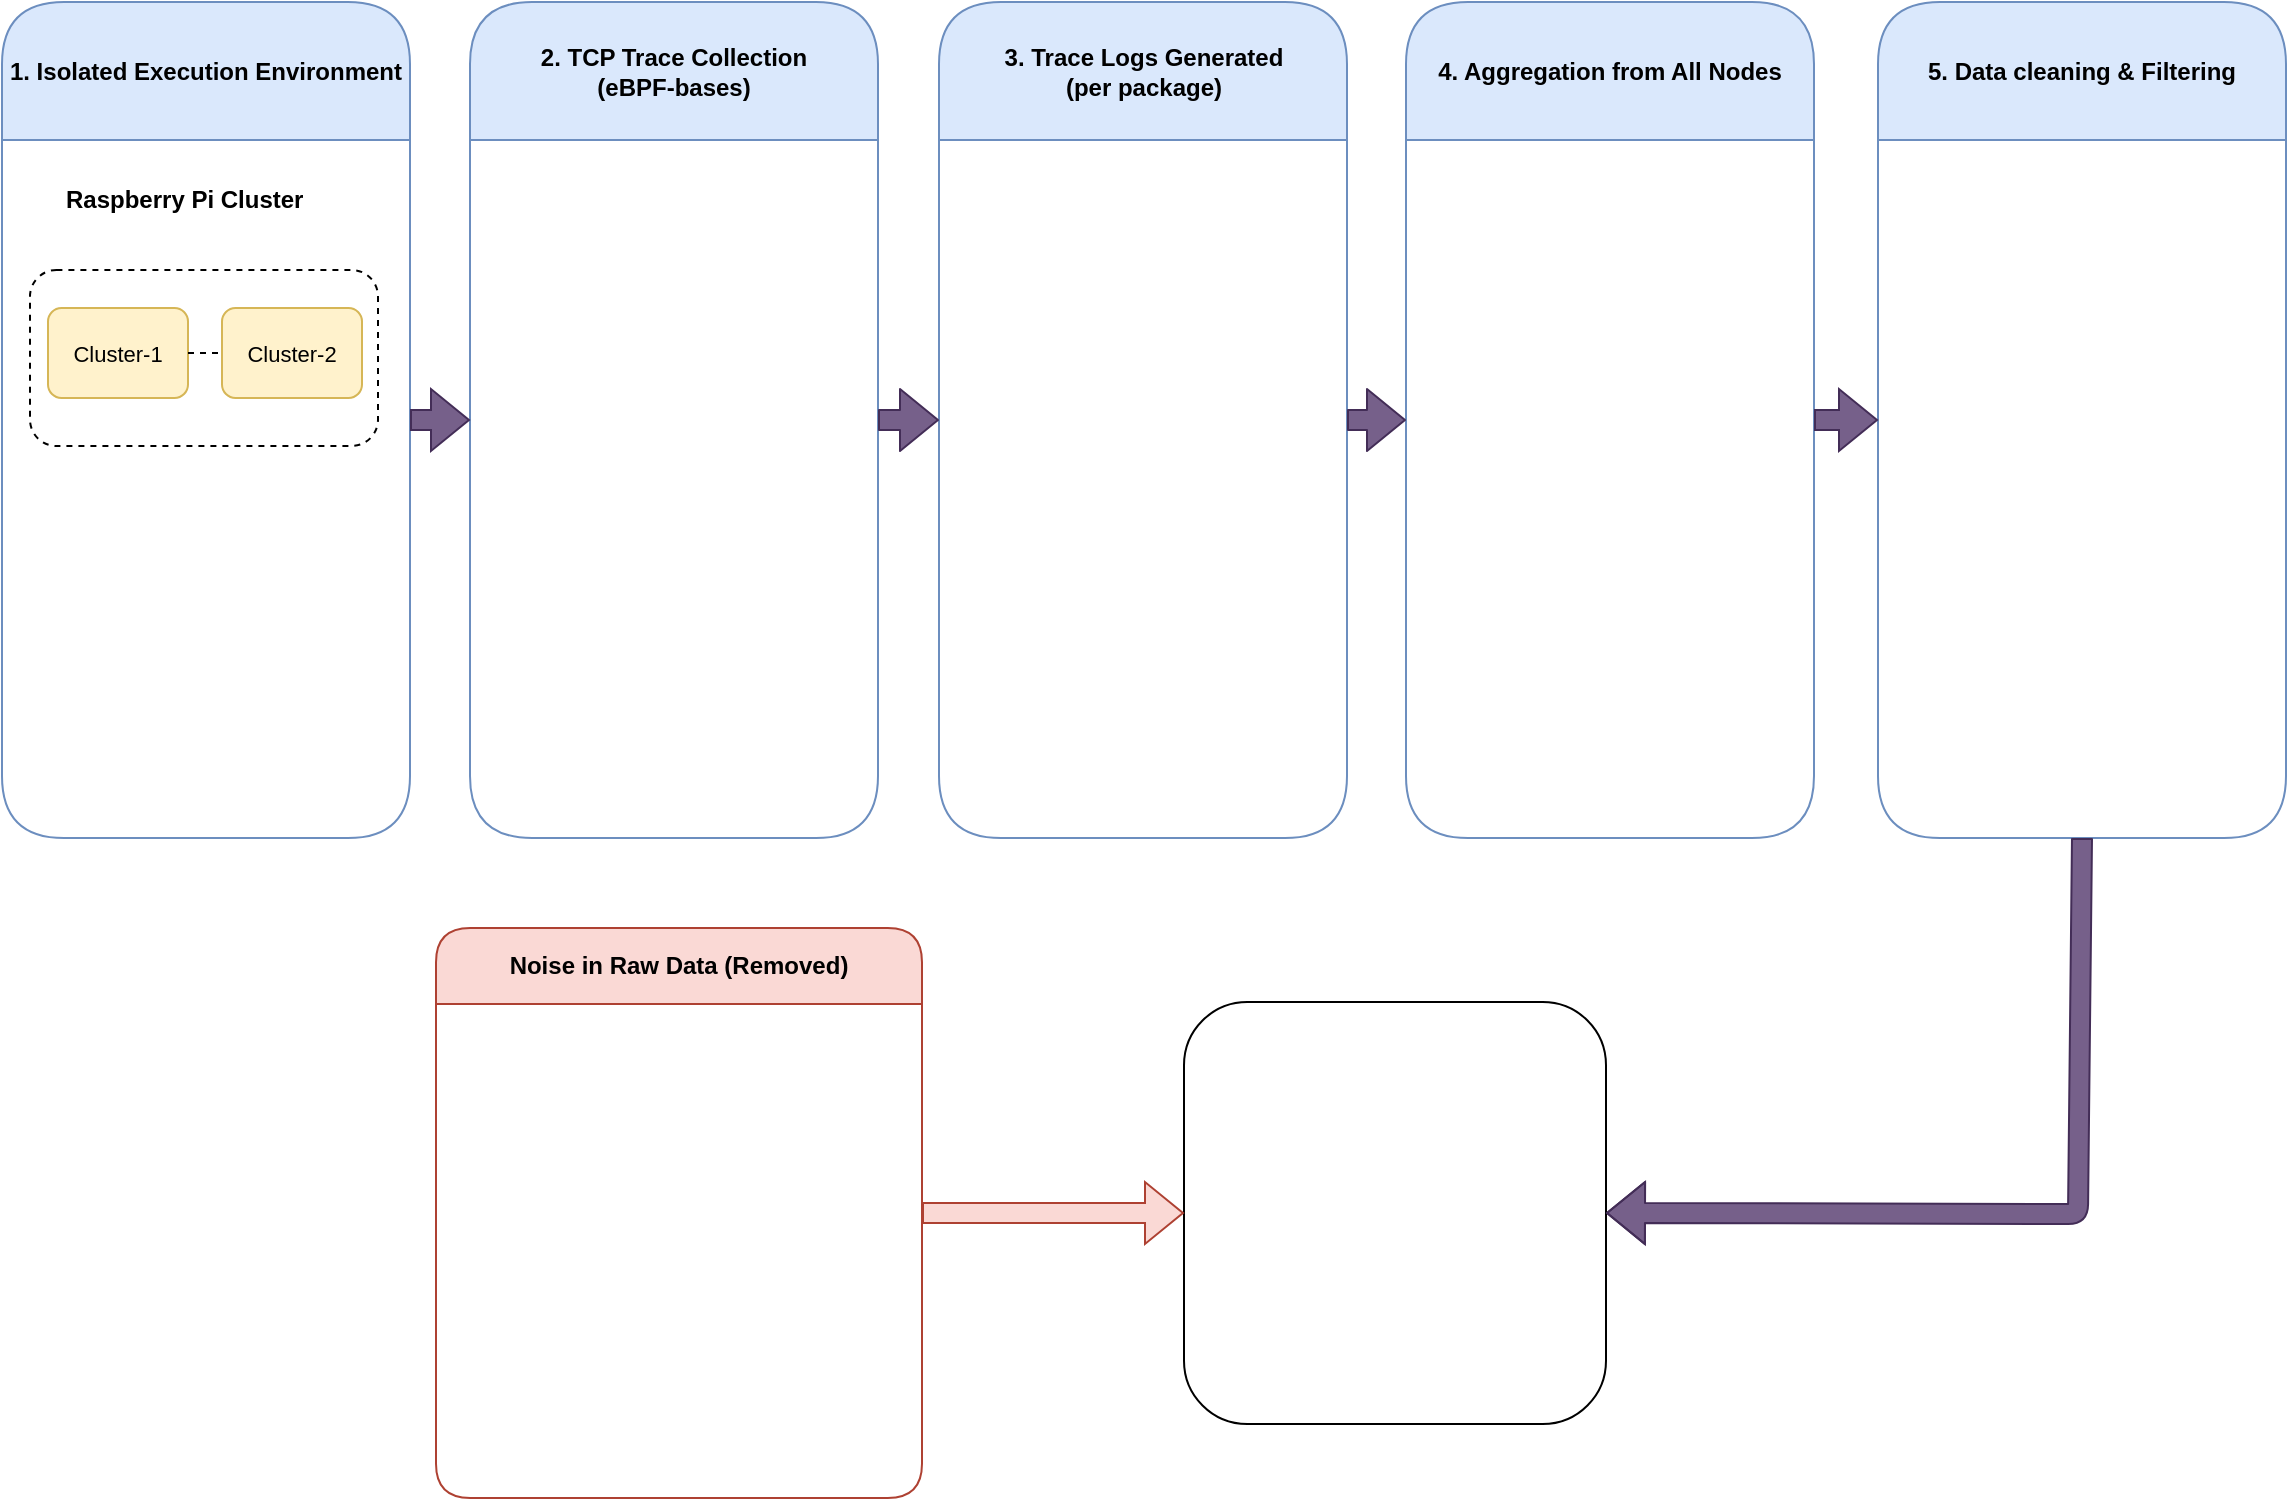
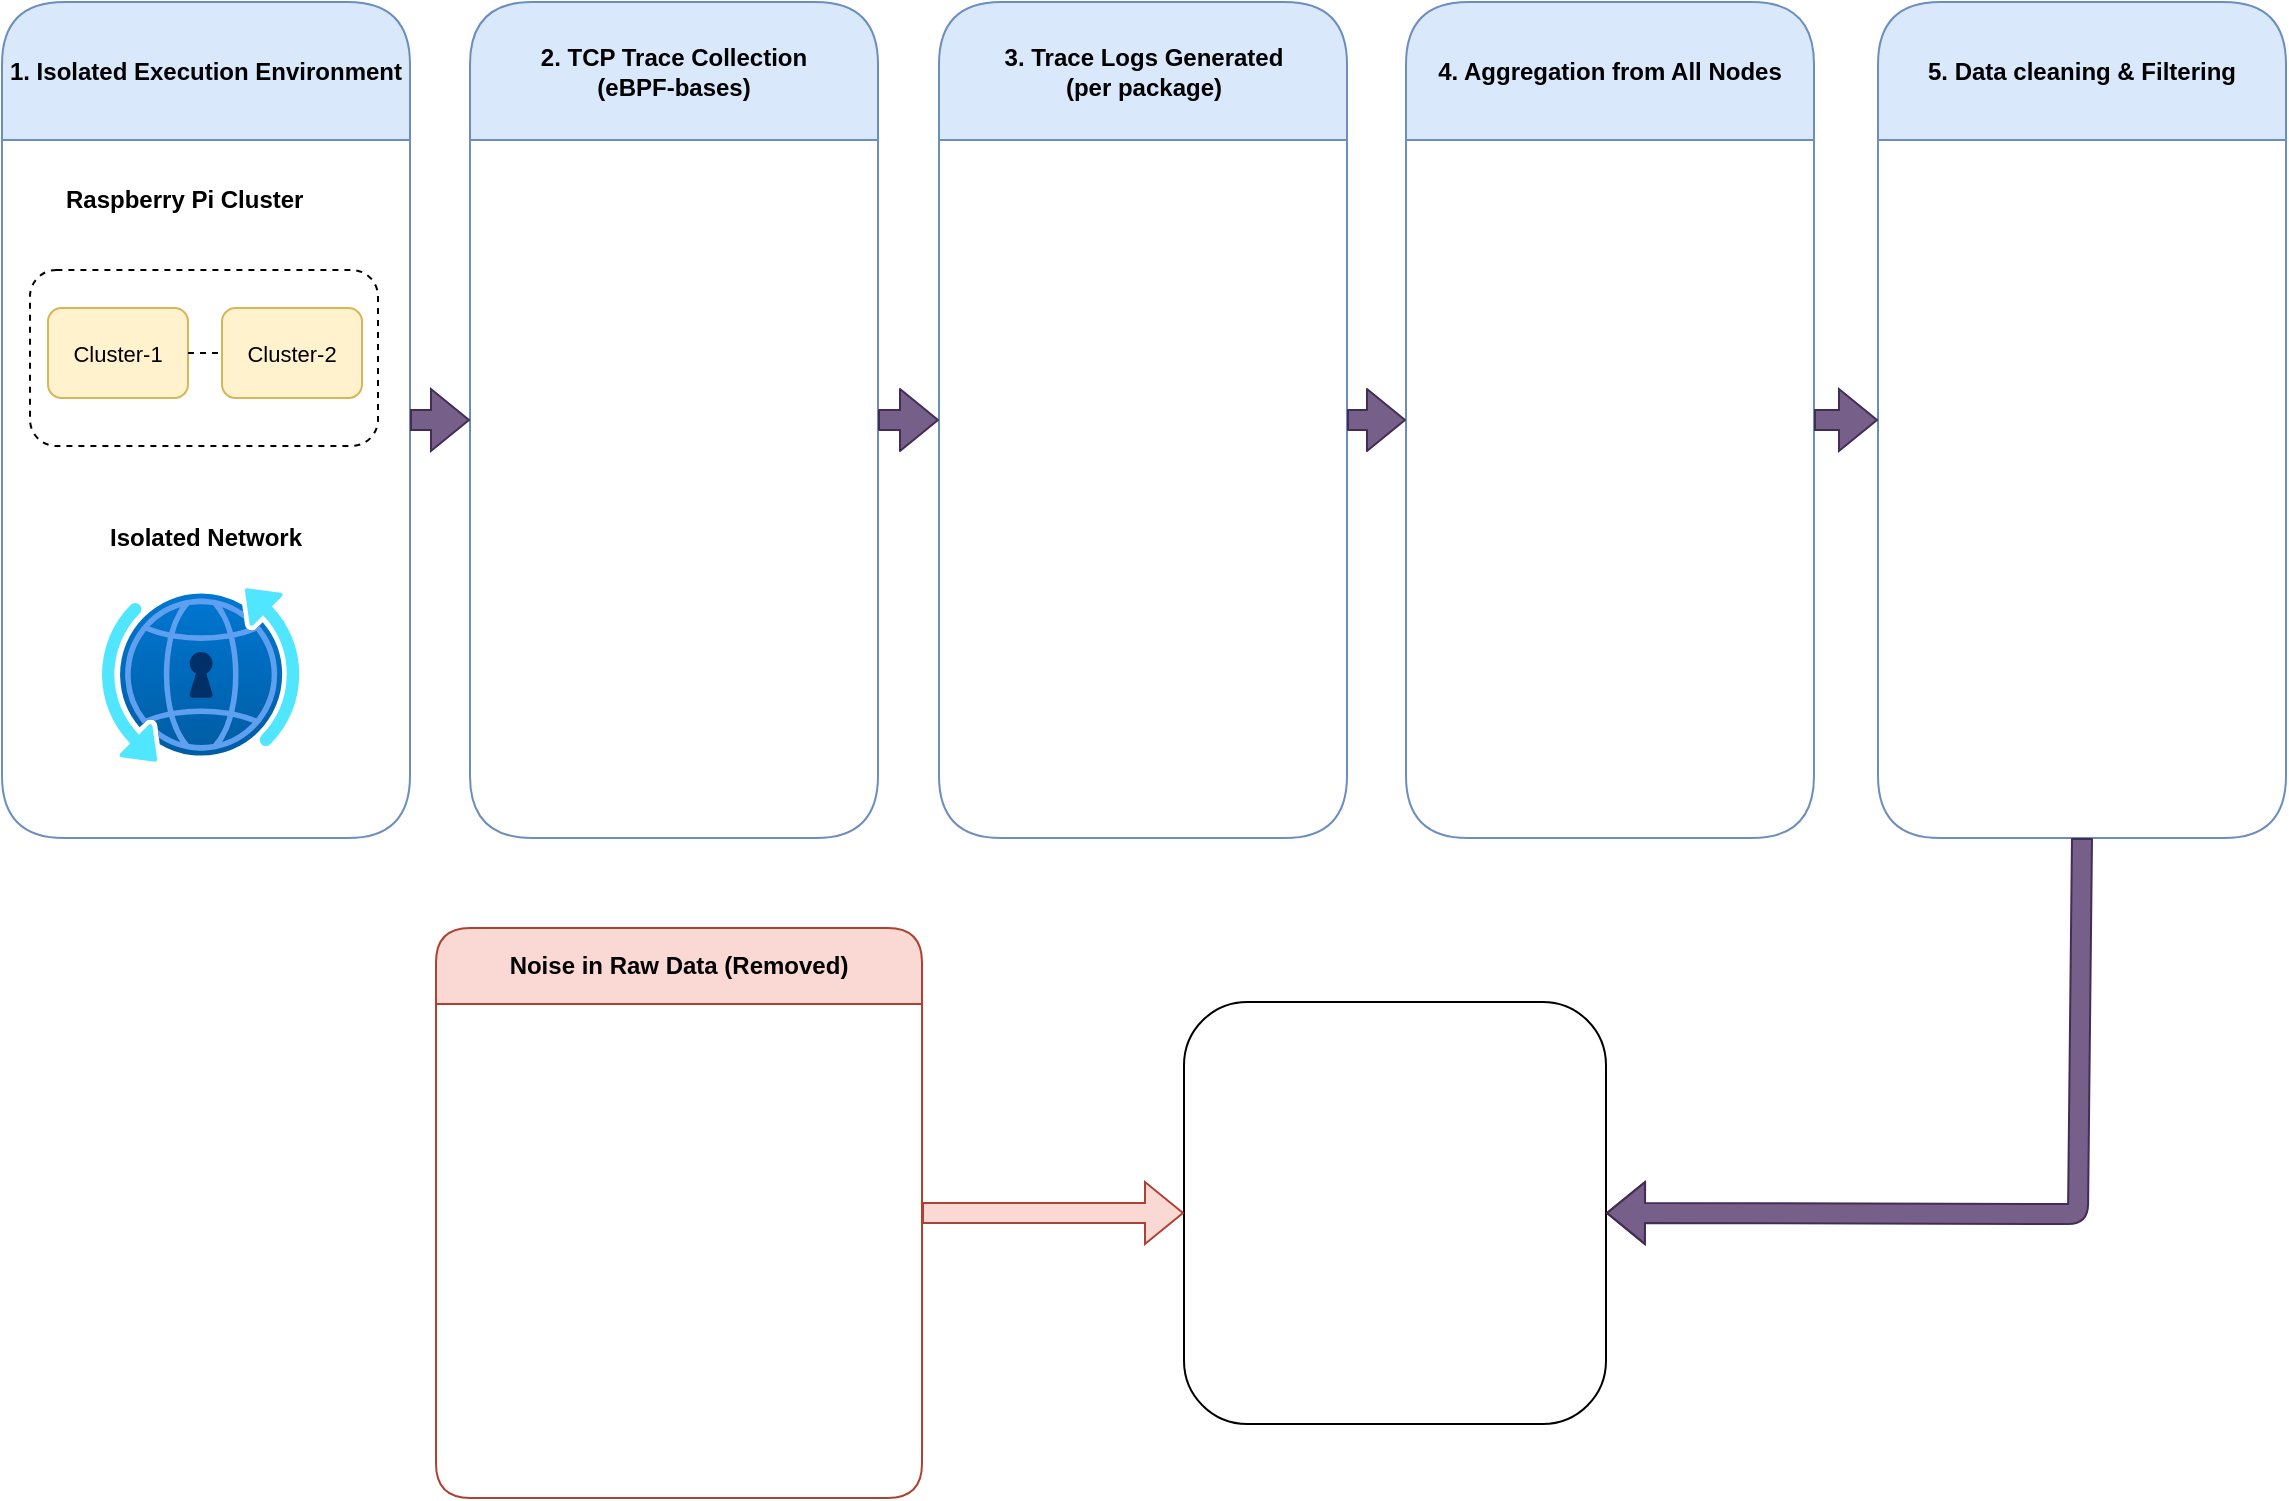
<mxfile host="app.diagrams.net">
  <diagram name="Page-1" id="8kyjSIY6fsYWo43MdOdE">
    <mxGraphModel dx="1406" dy="814" grid="0" gridSize="10" guides="1" tooltips="1" connect="1" arrows="1" fold="1" page="1" pageScale="1" pageWidth="1181" pageHeight="827" background="none" math="0" shadow="0">
      <root>
        <mxCell id="0" />
        <mxCell id="1" parent="0" />
        <mxCell id="yPxf8Ypyw46N0n0ri4En-1" parent="1" style="swimlane;whiteSpace=wrap;html=1;swimlaneFillColor=none;rounded=1;startSize=69;strokeColor=#6c8ebf;fillColor=#dae8fc;" value="1. Isolated Execution Environment" vertex="1">
          <mxGeometry height="418" width="204" x="20" y="29" as="geometry" />
        </mxCell>
        <mxCell id="9OX9V2n5WXdKuxMzRrJa-6" parent="yPxf8Ypyw46N0n0ri4En-1" style="text;strokeColor=none;fillColor=none;align=left;verticalAlign=middle;spacingLeft=4;spacingRight=4;overflow=hidden;points=[[0,0.5],[1,0.5]];portConstraint=eastwest;rotatable=0;whiteSpace=wrap;html=1;" value="&lt;b&gt;Raspberry Pi Cluster&lt;/b&gt;" vertex="1">
          <mxGeometry height="30" width="152" x="26" y="84" as="geometry" />
        </mxCell>
        <mxCell id="9OX9V2n5WXdKuxMzRrJa-7" parent="yPxf8Ypyw46N0n0ri4En-1" style="rounded=1;whiteSpace=wrap;html=1;dashed=1;" value="" vertex="1">
          <mxGeometry height="88" width="174" x="14" y="134" as="geometry" />
        </mxCell>
        <mxCell id="9OX9V2n5WXdKuxMzRrJa-8" parent="yPxf8Ypyw46N0n0ri4En-1" style="rounded=1;whiteSpace=wrap;html=1;fillColor=#fff2cc;strokeColor=#d6b656;" value="" vertex="1">
          <mxGeometry height="45" width="70" x="23" y="153" as="geometry" />
        </mxCell>
        <mxCell id="9OX9V2n5WXdKuxMzRrJa-9" parent="yPxf8Ypyw46N0n0ri4En-1" style="rounded=1;whiteSpace=wrap;html=1;fillColor=#fff2cc;strokeColor=#d6b656;" value="" vertex="1">
          <mxGeometry height="45" width="70" x="110" y="153" as="geometry" />
        </mxCell>
        <mxCell id="9OX9V2n5WXdKuxMzRrJa-10" parent="yPxf8Ypyw46N0n0ri4En-1" style="text;html=1;whiteSpace=wrap;strokeColor=none;fillColor=none;align=center;verticalAlign=middle;rounded=0;" value="&lt;font style=&quot;font-size: 11px;&quot;&gt;Cluster-1&lt;/font&gt;" vertex="1">
          <mxGeometry height="18.5" width="50" x="33" y="166.25" as="geometry" />
        </mxCell>
        <mxCell id="9OX9V2n5WXdKuxMzRrJa-11" parent="yPxf8Ypyw46N0n0ri4En-1" style="text;html=1;whiteSpace=wrap;strokeColor=none;fillColor=none;align=center;verticalAlign=middle;rounded=0;" value="&lt;font style=&quot;font-size: 11px;&quot;&gt;Cluster-2&lt;/font&gt;" vertex="1">
          <mxGeometry height="18.5" width="50" x="120" y="166.25" as="geometry" />
        </mxCell>
        <mxCell id="9OX9V2n5WXdKuxMzRrJa-12" edge="1" parent="yPxf8Ypyw46N0n0ri4En-1" source="9OX9V2n5WXdKuxMzRrJa-8" style="endArrow=none;html=1;rounded=0;exitX=1;exitY=0.5;exitDx=0;exitDy=0;entryX=0;entryY=0.5;entryDx=0;entryDy=0;dashed=1;" target="9OX9V2n5WXdKuxMzRrJa-9" value="">
          <mxGeometry height="50" relative="1" width="50" as="geometry">
            <mxPoint x="545" y="408" as="sourcePoint" />
            <mxPoint x="595" y="358" as="targetPoint" />
          </mxGeometry>
+         </mxCell>
+         <mxCell id="9OX9V2n5WXdKuxMzRrJa-14" parent="yPxf8Ypyw46N0n0ri4En-1" style="text;strokeColor=none;fillColor=none;align=left;verticalAlign=middle;spacingLeft=4;spacingRight=4;overflow=hidden;points=[[0,0.5],[1,0.5]];portConstraint=eastwest;rotatable=0;whiteSpace=wrap;html=1;" value="&lt;b&gt;Isolated Network&lt;/b&gt;" vertex="1">
+           <mxGeometry height="30" width="109" x="47.5" y="253" as="geometry" />
+         </mxCell>
+         <mxCell id="9OX9V2n5WXdKuxMzRrJa-15" parent="yPxf8Ypyw46N0n0ri4En-1" style="image;aspect=fixed;html=1;points=[];align=center;fontSize=12;image=img/lib/azure2/networking/DNS_Private_Resolver.svg;" value="" vertex="1">
+           <mxGeometry height="87" width="98.6" x="50" y="293" as="geometry" />
        </mxCell>
        <mxCell id="yPxf8Ypyw46N0n0ri4En-4" parent="1" style="swimlane;whiteSpace=wrap;html=1;swimlaneFillColor=none;rounded=1;startSize=69;strokeColor=#6c8ebf;fillColor=#dae8fc;" value="2. TCP Trace Collection&lt;div&gt;(eBPF-bases)&lt;/div&gt;" vertex="1">
          <mxGeometry height="418" width="204" x="254" y="29" as="geometry" />
        </mxCell>
        <mxCell id="yPxf8Ypyw46N0n0ri4En-5" parent="1" style="swimlane;whiteSpace=wrap;html=1;swimlaneFillColor=none;rounded=1;startSize=69;strokeColor=#6c8ebf;fillColor=#dae8fc;" value="3. Trace Logs Generated&lt;div&gt;(per package)&lt;/div&gt;" vertex="1">
          <mxGeometry height="418" width="204" x="488.5" y="29" as="geometry" />
        </mxCell>
        <mxCell id="yPxf8Ypyw46N0n0ri4En-6" parent="1" style="swimlane;whiteSpace=wrap;html=1;swimlaneFillColor=none;rounded=1;startSize=69;strokeColor=#6c8ebf;fillColor=#dae8fc;" value="4. Aggregation from All Nodes" vertex="1">
          <mxGeometry height="418" width="204" x="722" y="29" as="geometry" />
        </mxCell>
        <mxCell id="yPxf8Ypyw46N0n0ri4En-7" parent="1" style="swimlane;whiteSpace=wrap;html=1;swimlaneFillColor=none;rounded=1;startSize=69;strokeColor=#6c8ebf;fillColor=#dae8fc;" value="5. Data cleaning &amp;amp; Filtering" vertex="1">
          <mxGeometry height="418" width="204" x="958" y="29" as="geometry" />
        </mxCell>
        <mxCell id="yPxf8Ypyw46N0n0ri4En-8" parent="1" style="whiteSpace=wrap;html=1;aspect=fixed;rounded=1;strokeWidth=1;" value="" vertex="1">
          <mxGeometry height="211" width="211" x="611" y="529" as="geometry" />
        </mxCell>
        <mxCell id="yPxf8Ypyw46N0n0ri4En-9" edge="1" parent="1" source="yPxf8Ypyw46N0n0ri4En-7" style="endArrow=classic;html=1;rounded=1;exitX=0.5;exitY=1;exitDx=0;exitDy=0;entryX=1;entryY=0.5;entryDx=0;entryDy=0;shape=flexArrow;strokeWidth=1;strokeColor=#432D57;fillColor=#76608a;" target="yPxf8Ypyw46N0n0ri4En-8" value="">
          <mxGeometry height="50" relative="1" width="50" as="geometry">
            <Array as="points">
              <mxPoint x="1058" y="635" />
            </Array>
            <mxPoint x="567" y="544" as="sourcePoint" />
            <mxPoint x="617" y="494" as="targetPoint" />
          </mxGeometry>
        </mxCell>
        <mxCell id="yPxf8Ypyw46N0n0ri4En-10" edge="1" parent="1" source="yPxf8Ypyw46N0n0ri4En-4" style="endArrow=classic;html=1;rounded=1;exitX=1;exitY=0.5;exitDx=0;exitDy=0;entryX=0;entryY=0.5;entryDx=0;entryDy=0;shape=flexArrow;fillColor=#76608a;strokeColor=#432D57;" target="yPxf8Ypyw46N0n0ri4En-5" value="">
          <mxGeometry height="50" relative="1" width="50" as="geometry">
            <mxPoint x="567" y="444" as="sourcePoint" />
            <mxPoint x="617" y="394" as="targetPoint" />
          </mxGeometry>
        </mxCell>
        <mxCell id="9OX9V2n5WXdKuxMzRrJa-1" edge="1" parent="1" source="yPxf8Ypyw46N0n0ri4En-5" style="endArrow=classic;html=1;rounded=1;exitX=1;exitY=0.5;exitDx=0;exitDy=0;entryX=0;entryY=0.5;entryDx=0;entryDy=0;shape=flexArrow;fillColor=#76608a;strokeColor=#432D57;" target="yPxf8Ypyw46N0n0ri4En-6" value="">
          <mxGeometry height="50" relative="1" width="50" as="geometry">
            <mxPoint x="565" y="444" as="sourcePoint" />
            <mxPoint x="615" y="394" as="targetPoint" />
          </mxGeometry>
        </mxCell>
        <mxCell id="9OX9V2n5WXdKuxMzRrJa-2" edge="1" parent="1" source="yPxf8Ypyw46N0n0ri4En-6" style="endArrow=classic;html=1;rounded=0;exitX=1;exitY=0.5;exitDx=0;exitDy=0;entryX=0;entryY=0.5;entryDx=0;entryDy=0;shape=flexArrow;fillColor=#76608a;strokeColor=#432D57;" target="yPxf8Ypyw46N0n0ri4En-7" value="">
          <mxGeometry height="50" relative="1" width="50" as="geometry">
            <mxPoint x="565" y="444" as="sourcePoint" />
            <mxPoint x="615" y="394" as="targetPoint" />
          </mxGeometry>
        </mxCell>
        <mxCell id="9OX9V2n5WXdKuxMzRrJa-3" edge="1" parent="1" source="yPxf8Ypyw46N0n0ri4En-1" style="endArrow=classic;html=1;rounded=0;exitX=1;exitY=0.5;exitDx=0;exitDy=0;entryX=0;entryY=0.5;entryDx=0;entryDy=0;shape=flexArrow;fillColor=#76608a;strokeColor=#432D57;" target="yPxf8Ypyw46N0n0ri4En-4" value="">
          <mxGeometry height="50" relative="1" width="50" as="geometry">
            <mxPoint x="565" y="444" as="sourcePoint" />
            <mxPoint x="615" y="394" as="targetPoint" />
          </mxGeometry>
        </mxCell>
        <mxCell id="9OX9V2n5WXdKuxMzRrJa-4" parent="1" style="swimlane;whiteSpace=wrap;html=1;startSize=38;rounded=1;fillColor=#fad9d5;strokeColor=#ae4132;" value="Noise in Raw Data (Removed)" vertex="1">
          <mxGeometry height="285" width="243" x="237" y="492" as="geometry" />
        </mxCell>
        <mxCell id="9OX9V2n5WXdKuxMzRrJa-5" edge="1" parent="1" source="9OX9V2n5WXdKuxMzRrJa-4" style="endArrow=classic;html=1;rounded=0;exitX=1;exitY=0.5;exitDx=0;exitDy=0;entryX=0;entryY=0.5;entryDx=0;entryDy=0;shape=flexArrow;fillColor=#fad9d5;strokeColor=#ae4132;" target="yPxf8Ypyw46N0n0ri4En-8" value="">
          <mxGeometry height="50" relative="1" width="50" as="geometry">
            <mxPoint x="565" y="437" as="sourcePoint" />
            <mxPoint x="615" y="387" as="targetPoint" />
          </mxGeometry>
        </mxCell>
      </root>
    </mxGraphModel>
  </diagram>
</mxfile>
